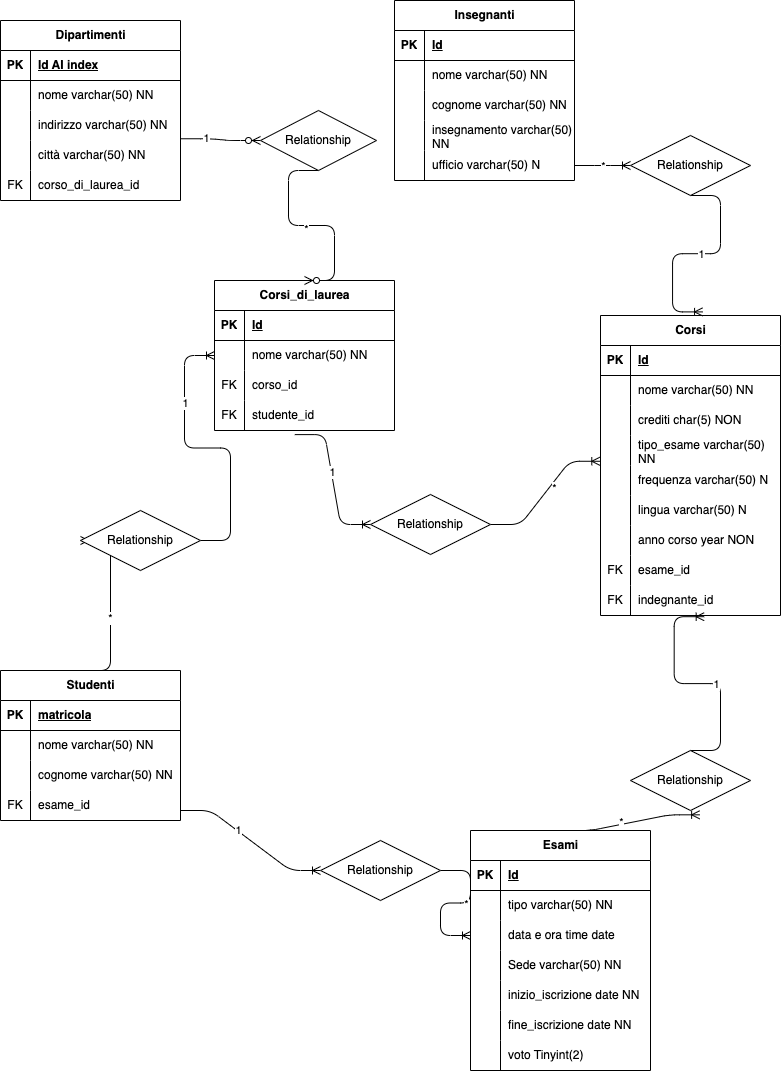
Before: schema.png, a diagram exported from draw.io (letangileri/db-university). Source tidied: cells renumbered, new cells last; positions are measured from the earlier drawing's top-left corner, leaving out a move shared by most shapes.
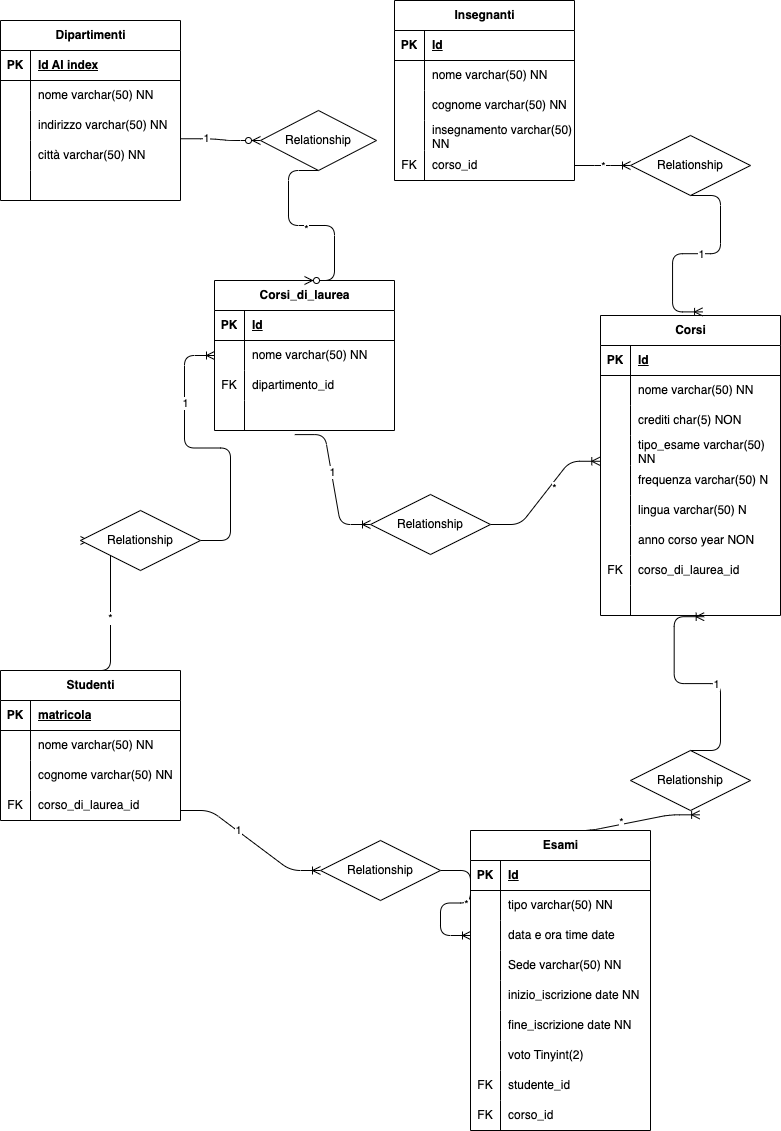
The same diagram one commit later.

Commit message:
update schema and add query img

Change to the diagram source:
```diff
@@ -47,7 +47,7 @@
     <mxCell id="16" style="shape=partialRectangle;fillColor=none;top=0;left=0;bottom=0;right=0;overflow=hidden;whiteSpace=wrap;html=1;" parent="15" vertex="1">
       <mxGeometry width="30" height="30" as="geometry" />
     </mxCell>
-    <mxCell id="17" value="corso_di_laurea_id" style="shape=partialRectangle;fillColor=none;top=0;left=0;bottom=0;right=0;align=left;spacingLeft=6;overflow=hidden;whiteSpace=wrap;html=1;" parent="15" vertex="1">
+    <mxCell id="17" style="shape=partialRectangle;fillColor=none;top=0;left=0;bottom=0;right=0;align=left;spacingLeft=6;overflow=hidden;whiteSpace=wrap;html=1;" parent="15" vertex="1">
       <mxGeometry x="30" width="150" height="30" as="geometry" />
     </mxCell>
     <mxCell id="18" value="Corsi_di_laurea" style="shape=table;startSize=30;rowLines=0;fontStyle=1;align=center;html=1;" parent="1" vertex="1">
@@ -77,16 +77,16 @@
     <mxCell id="26" value="FK" style="shape=partialRectangle;fillColor=none;top=0;left=0;bottom=0;right=0;overflow=hidden;whiteSpace=wrap;html=1;" parent="25" vertex="1">
       <mxGeometry width="30" height="30" as="geometry" />
     </mxCell>
-    <mxCell id="27" value="corso_id" style="shape=partialRectangle;fillColor=none;top=0;left=0;bottom=0;right=0;align=left;spacingLeft=6;overflow=hidden;whiteSpace=wrap;html=1;" parent="25" vertex="1">
+    <mxCell id="27" value="dipartimento_id" style="shape=partialRectangle;fillColor=none;top=0;left=0;bottom=0;right=0;align=left;spacingLeft=6;overflow=hidden;whiteSpace=wrap;html=1;" parent="25" vertex="1">
       <mxGeometry x="30" width="150" height="30" as="geometry" />
     </mxCell>
     <mxCell id="28" style="shape=tableRow;horizontal=0;startSize=0;swimlaneHead=0;swimlaneBody=0;fillColor=none;points=[[0,0.5],[1,0.5]];portConstraint=eastwest;top=0;left=0;right=0;bottom=0;" parent="18" vertex="1">
       <mxGeometry y="120" width="180" height="30" as="geometry" />
     </mxCell>
-    <mxCell id="29" value="FK" style="shape=partialRectangle;fillColor=none;top=0;left=0;bottom=0;right=0;overflow=hidden;whiteSpace=wrap;html=1;" parent="28" vertex="1">
+    <mxCell id="29" style="shape=partialRectangle;fillColor=none;top=0;left=0;bottom=0;right=0;overflow=hidden;whiteSpace=wrap;html=1;" parent="28" vertex="1">
       <mxGeometry width="30" height="30" as="geometry" />
     </mxCell>
-    <mxCell id="30" value="studente_id" style="shape=partialRectangle;fillColor=none;top=0;left=0;bottom=0;right=0;align=left;spacingLeft=6;overflow=hidden;whiteSpace=wrap;html=1;" parent="28" vertex="1">
+    <mxCell id="30" style="shape=partialRectangle;fillColor=none;top=0;left=0;bottom=0;right=0;align=left;spacingLeft=6;overflow=hidden;whiteSpace=wrap;html=1;" parent="28" vertex="1">
       <mxGeometry x="30" width="150" height="30" as="geometry" />
     </mxCell>
     <mxCell id="31" value="Insegnanti" style="shape=table;startSize=30;rowLines=0;fontStyle=1;align=center;html=1;" parent="1" vertex="1">
@@ -131,14 +131,14 @@
     <mxCell id="44" style="shape=tableRow;horizontal=0;startSize=0;swimlaneHead=0;swimlaneBody=0;fillColor=none;points=[[0,0.5],[1,0.5]];portConstraint=eastwest;top=0;left=0;right=0;bottom=0;" parent="31" vertex="1">
       <mxGeometry y="150" width="180" height="30" as="geometry" />
     </mxCell>
-    <mxCell id="45" style="shape=partialRectangle;fillColor=none;top=0;left=0;bottom=0;right=0;overflow=hidden;whiteSpace=wrap;html=1;" parent="44" vertex="1">
+    <mxCell id="45" value="FK" style="shape=partialRectangle;fillColor=none;top=0;left=0;bottom=0;right=0;overflow=hidden;whiteSpace=wrap;html=1;" parent="44" vertex="1">
       <mxGeometry width="30" height="30" as="geometry" />
     </mxCell>
-    <mxCell id="46" value="ufficio&amp;nbsp;&lt;span style=&quot;color: rgb(0, 0, 0);&quot;&gt;varchar(50) N&lt;/span&gt;" style="shape=partialRectangle;fillColor=none;top=0;left=0;bottom=0;right=0;align=left;spacingLeft=6;overflow=hidden;whiteSpace=wrap;html=1;" parent="44" vertex="1">
+    <mxCell id="46" value="corso_id" style="shape=partialRectangle;fillColor=none;top=0;left=0;bottom=0;right=0;align=left;spacingLeft=6;overflow=hidden;whiteSpace=wrap;html=1;" parent="44" vertex="1">
       <mxGeometry x="30" width="150" height="30" as="geometry" />
     </mxCell>
     <mxCell id="47" value="Esami" style="shape=table;startSize=30;rowLines=0;fontStyle=1;align=center;html=1;" parent="1" vertex="1">
-      <mxGeometry x="540" y="830" width="180" height="240" as="geometry" />
+      <mxGeometry x="540" y="830" width="180" height="300" as="geometry" />
     </mxCell>
     <mxCell id="48" style="shape=tableRow;horizontal=0;startSize=0;swimlaneHead=0;swimlaneBody=0;fillColor=none;top=0;left=0;right=0;bottom=1;" parent="47" vertex="1">
       <mxGeometry y="30" width="180" height="30" as="geometry" />
@@ -203,6 +203,24 @@
     <mxCell id="68" value="voto Tinyint(2)" style="shape=partialRectangle;fillColor=none;top=0;left=0;bottom=0;right=0;align=left;spacingLeft=6;overflow=hidden;whiteSpace=wrap;html=1;" parent="66" vertex="1">
       <mxGeometry x="30" width="150" height="30" as="geometry" />
     </mxCell>
+    <mxCell id="144" style="shape=tableRow;horizontal=0;startSize=0;swimlaneHead=0;swimlaneBody=0;fillColor=none;top=0;left=0;right=0;bottom=0;" parent="47" vertex="1">
+      <mxGeometry y="240" width="180" height="30" as="geometry" />
+    </mxCell>
+    <mxCell id="145" value="FK" style="shape=partialRectangle;fillColor=none;top=0;left=0;bottom=0;right=0;overflow=hidden;whiteSpace=wrap;html=1;" parent="144" vertex="1">
+      <mxGeometry width="30" height="30" as="geometry" />
+    </mxCell>
+    <mxCell id="146" value="&lt;span style=&quot;color: rgb(0, 0, 0);&quot;&gt;studente_id&lt;/span&gt;" style="shape=partialRectangle;fillColor=none;top=0;left=0;bottom=0;right=0;align=left;spacingLeft=6;overflow=hidden;whiteSpace=wrap;html=1;" parent="144" vertex="1">
+      <mxGeometry x="30" width="150" height="30" as="geometry" />
+    </mxCell>
+    <mxCell id="147" style="shape=tableRow;horizontal=0;startSize=0;swimlaneHead=0;swimlaneBody=0;fillColor=none;top=0;left=0;right=0;bottom=0;" parent="47" vertex="1">
+      <mxGeometry y="270" width="180" height="30" as="geometry" />
+    </mxCell>
+    <mxCell id="148" value="FK" style="shape=partialRectangle;fillColor=none;top=0;left=0;bottom=0;right=0;overflow=hidden;whiteSpace=wrap;html=1;" parent="147" vertex="1">
+      <mxGeometry width="30" height="30" as="geometry" />
+    </mxCell>
+    <mxCell id="149" value="&lt;span style=&quot;color: rgb(0, 0, 0);&quot;&gt;corso_id&lt;/span&gt;" style="shape=partialRectangle;fillColor=none;top=0;left=0;bottom=0;right=0;align=left;spacingLeft=6;overflow=hidden;whiteSpace=wrap;html=1;" parent="147" vertex="1">
+      <mxGeometry x="30" width="150" height="30" as="geometry" />
+    </mxCell>
     <mxCell id="69" value="Studenti" style="shape=table;startSize=30;rowLines=0;fontStyle=1;align=center;html=1;" parent="1" vertex="1">
       <mxGeometry x="70" y="670" width="180" height="150" as="geometry" />
     </mxCell>
@@ -239,13 +257,13 @@
     <mxCell id="80" value="FK" style="shape=partialRectangle;fillColor=none;top=0;left=0;bottom=0;right=0;overflow=hidden;whiteSpace=wrap;html=1;" parent="79" vertex="1">
       <mxGeometry width="30" height="30" as="geometry" />
     </mxCell>
-    <mxCell id="81" value="esame_id" style="shape=partialRectangle;fillColor=none;top=0;left=0;bottom=0;right=0;align=left;spacingLeft=6;overflow=hidden;whiteSpace=wrap;html=1;" parent="79" vertex="1">
+    <mxCell id="81" value="corso_di_laurea_id" style="shape=partialRectangle;fillColor=none;top=0;left=0;bottom=0;right=0;align=left;spacingLeft=6;overflow=hidden;whiteSpace=wrap;html=1;" parent="79" vertex="1">
       <mxGeometry x="30" width="150" height="30" as="geometry" />
     </mxCell>
     <mxCell id="82" style="shape=tableRow;horizontal=0;startSize=0;swimlaneHead=0;swimlaneBody=0;fillColor=none;top=0;left=0;right=0;bottom=0;" parent="1" vertex="1">
       <mxGeometry x="70" y="170" width="180" height="30" as="geometry" />
     </mxCell>
-    <mxCell id="83" value="FK" style="shape=partialRectangle;fillColor=none;top=0;left=0;bottom=0;right=0;overflow=hidden;whiteSpace=wrap;html=1;" parent="82" vertex="1">
+    <mxCell id="83" style="shape=partialRectangle;fillColor=none;top=0;left=0;bottom=0;right=0;overflow=hidden;whiteSpace=wrap;html=1;" parent="82" vertex="1">
       <mxGeometry width="30" height="30" as="geometry" />
     </mxCell>
     <mxCell id="84" value="Corsi" style="shape=table;startSize=30;rowLines=0;fontStyle=1;align=center;html=1;" parent="1" vertex="1">
@@ -320,16 +338,16 @@
     <mxCell id="107" value="FK" style="shape=partialRectangle;fillColor=none;top=0;left=0;bottom=0;right=0;overflow=hidden;whiteSpace=wrap;html=1;swimlaneLine=1;swimlaneFillColor=none;" parent="106" vertex="1">
       <mxGeometry width="30" height="30" as="geometry" />
     </mxCell>
-    <mxCell id="108" value="esame_id" style="shape=partialRectangle;fillColor=none;top=0;left=0;bottom=0;right=0;align=left;spacingLeft=6;overflow=hidden;whiteSpace=wrap;html=1;swimlaneLine=1;swimlaneFillColor=none;" parent="106" vertex="1">
+    <mxCell id="108" value="corso_di_laurea_id" style="shape=partialRectangle;fillColor=none;top=0;left=0;bottom=0;right=0;align=left;spacingLeft=6;overflow=hidden;whiteSpace=wrap;html=1;swimlaneLine=1;swimlaneFillColor=none;" parent="106" vertex="1">
       <mxGeometry x="30" width="150" height="30" as="geometry" />
     </mxCell>
     <mxCell id="109" style="shape=tableRow;horizontal=0;startSize=0;swimlaneHead=0;swimlaneBody=0;fillColor=none;points=[[0,0.5],[1,0.5]];portConstraint=eastwest;top=0;left=0;right=0;bottom=0;swimlaneLine=1;swimlaneFillColor=none;" parent="84" vertex="1">
       <mxGeometry y="270" width="180" height="30" as="geometry" />
     </mxCell>
-    <mxCell id="110" value="FK" style="shape=partialRectangle;fillColor=none;top=0;left=0;bottom=0;right=0;overflow=hidden;whiteSpace=wrap;html=1;swimlaneLine=1;swimlaneFillColor=none;" parent="109" vertex="1">
+    <mxCell id="110" style="shape=partialRectangle;fillColor=none;top=0;left=0;bottom=0;right=0;overflow=hidden;whiteSpace=wrap;html=1;swimlaneLine=1;swimlaneFillColor=none;" parent="109" vertex="1">
       <mxGeometry width="30" height="30" as="geometry" />
     </mxCell>
-    <mxCell id="111" value="indegnante_id" style="shape=partialRectangle;fillColor=none;top=0;left=0;bottom=0;right=0;align=left;spacingLeft=6;overflow=hidden;whiteSpace=wrap;html=1;swimlaneLine=1;swimlaneFillColor=none;" parent="109" vertex="1">
+    <mxCell id="111" style="shape=partialRectangle;fillColor=none;top=0;left=0;bottom=0;right=0;align=left;spacingLeft=6;overflow=hidden;whiteSpace=wrap;html=1;swimlaneLine=1;swimlaneFillColor=none;" parent="109" vertex="1">
       <mxGeometry x="30" width="150" height="30" as="geometry" />
     </mxCell>
     <mxCell id="112" style="shape=tableRow;horizontal=0;startSize=0;swimlaneHead=0;swimlaneBody=0;fillColor=none;top=0;left=0;right=0;bottom=0;" parent="1" vertex="1">
```
